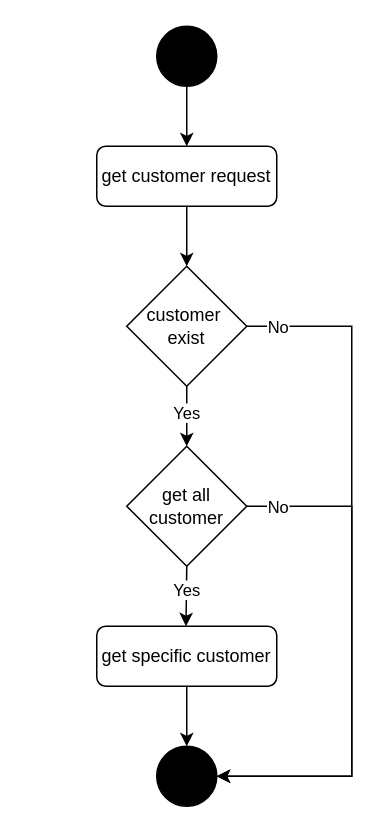
Earlier version of the draw.io diagram AuKokYong/labs/uml-lab3/get-customer.drawio (aukokyong/DSS). Source tidied: cells renumbered, new cells numbered last; positions are measured from the earlier drawing's top-left corner, leaving out a move shared by most shapes. Both pictures are drawn from the tidied source at 150%, with x=0, y=0 at pixel (96, 26).
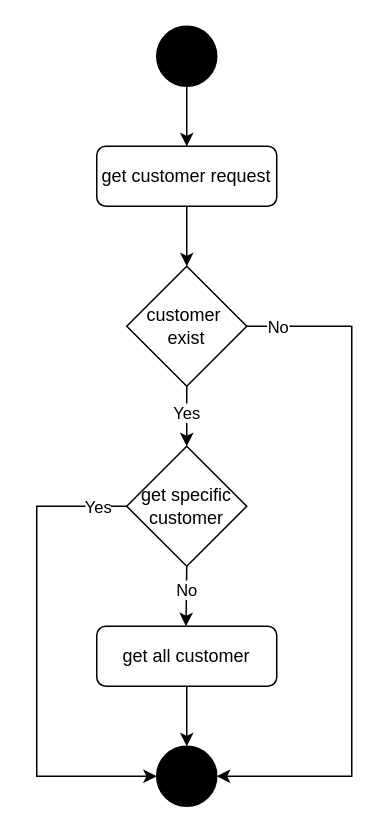
After the change.

Commit message (it also covers changes not shown here):
[lab-3] update uml diagram

Unchanged cells that the change refers to:
```xml
<mxCell id="14" style="endArrow=classic;html=1;exitX=0.5;exitY=1;exitDx=0;exitDy=0;entryX=0.5;entryY=0;entryDx=0;entryDy=0;" parent="1" edge="1" source="9">
  <mxGeometry relative="1" as="geometry">
    <mxPoint x="59.5" y="400" as="targetPoint" />
  </mxGeometry>
</mxCell>
<mxCell id="16" style="ellipse;whiteSpace=wrap;html=1;fillColor=#000000;" parent="1" vertex="1">
  <mxGeometry x="40" y="480" width="40" height="40" as="geometry" />
</mxCell>
```

Change to the diagram source:
```diff
@@
-    <mxCell id="7" style="edgeStyle=orthogonalEdgeStyle;rounded=0;jettySize=auto;html=1;entryX=1;entryY=0.5;entryDx=0;entryDy=0;" parent="1" edge="1" source="9" target="16">
+    <mxCell id="7" style="edgeStyle=orthogonalEdgeStyle;rounded=0;jettySize=auto;html=1;entryX=0;entryY=0.5;entryDx=0;entryDy=0;exitX=0;exitY=0.5;exitDx=0;exitDy=0;" parent="1" edge="1" source="9" target="16">
       <mxGeometry relative="1" as="geometry">
         <Array as="points">
-          <mxPoint x="170" y="320" />
-          <mxPoint x="170" y="500" />
+          <mxPoint x="-40" y="320" />
+          <mxPoint x="-40" y="500" />
         </Array>
       </mxGeometry>
     </mxCell>
-    <mxCell id="8" value="No" style="edgeLabel;html=1;align=center;verticalAlign=middle;" parent="7" vertex="1">
+    <mxCell id="8" value="Yes" style="edgeLabel;html=1;align=center;verticalAlign=middle;" parent="7" vertex="1">
       <mxGeometry x="-0.89" y="-2" relative="1" as="geometry">
-        <mxPoint x="1" y="-2" as="offset" />
+        <mxPoint x="-2" y="2" as="offset" />
       </mxGeometry>
     </mxCell>
-    <mxCell id="9" value="get all customer" style="rhombus;whiteSpace=wrap;html=1;" parent="1" vertex="1">
+    <mxCell id="9" value="get specific customer" style="rhombus;whiteSpace=wrap;html=1;" parent="1" vertex="1">
       <mxGeometry x="20" y="280" width="80" height="80" as="geometry" />
     </mxCell>
@@
-    <mxCell id="15" value="Yes" style="edgeLabel;html=1;align=center;verticalAlign=middle;" parent="14" vertex="1">
+    <mxCell id="15" value="No" style="edgeLabel;html=1;align=center;verticalAlign=middle;" parent="14" vertex="1">
       <mxGeometry x="-0.2" relative="1" as="geometry" />
     </mxCell>
@@
-    <mxCell id="18" value="get specific customer" style="rounded=1;whiteSpace=wrap;html=1;" parent="1" vertex="1">
+    <mxCell id="18" value="get all customer" style="rounded=1;whiteSpace=wrap;html=1;" parent="1" vertex="1">
       <mxGeometry y="400" width="120" height="40" as="geometry" />
     </mxCell>
```
